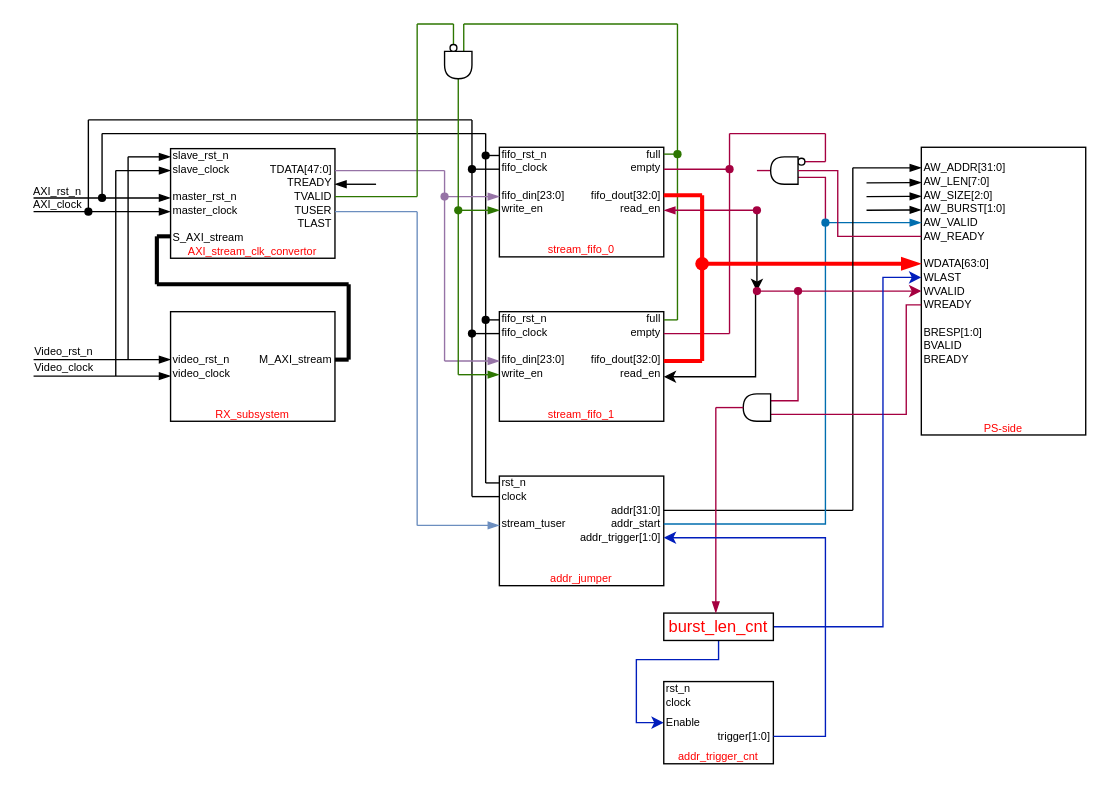
YZchen3467/drawio keeps this draw.io diagram as Our_design/Untitled Diagram.drawio. Above is the earlier version. Source tidied: cells renumbered, new cells numbered last; positions are measured from the earlier drawing's top-left corner, leaving out a move shared by most shapes. Both pictures are drawn from the tidied source at 137%, with x=0, y=0 at pixel (30, 23).
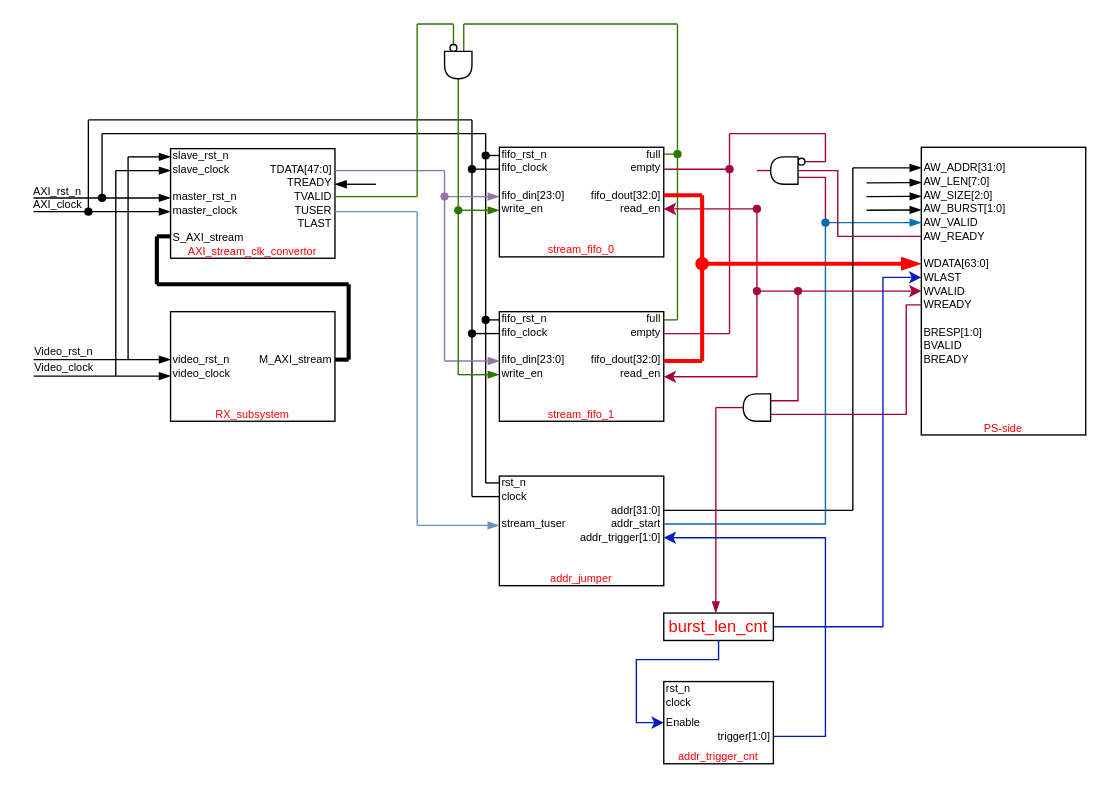
The same diagram, later.

The change refers to these unchanged cells:
```xml
<mxCell id="9" value="&lt;font style=&quot;font-size: 8px;&quot;&gt;read_en&lt;/font&gt;" style="text;html=1;strokeColor=none;fillColor=none;align=right;verticalAlign=middle;whiteSpace=wrap;rounded=0;strokeWidth=0;fontSize=8;horizontal=1;" parent="2" vertex="1">
  <mxGeometry x="60" y="40" width="60" height="10" as="geometry" />
</mxCell>
<mxCell id="29" value="&lt;font style=&quot;font-size: 8px;&quot;&gt;read_en&lt;/font&gt;" style="text;html=1;strokeColor=none;fillColor=none;align=right;verticalAlign=middle;whiteSpace=wrap;rounded=0;strokeWidth=0;fontSize=8;horizontal=1;" parent="22" vertex="1">
  <mxGeometry x="60" y="40" width="60" height="10" as="geometry" />
</mxCell>
<mxCell id="157" style="shape=waypoint;sketch=0;fillStyle=solid;size=6;points=[];fillColor=#d80073;perimeter=centerPerimeter;snapToPoint=1;fontColor=#ffffff;strokeColor=#A50040;" parent="1" vertex="1">
  <mxGeometry x="520" y="185" width="20" height="20" as="geometry" />
</mxCell>
```

Diff of the diagram source:
```diff
@@
-    <mxCell id="141" style="endArrow=none;html=1;rounded=0;endFill=0;fillColor=#d80073;strokeColor=#A50040;startArrow=blockThin;startFill=1;" parent="1" edge="1">
-      <mxGeometry relative="1" as="geometry">
-        <mxPoint x="462" y="136" as="sourcePoint" />
-        <mxPoint x="530" y="136" as="targetPoint" />
-      </mxGeometry>
-    </mxCell>
-    <mxCell id="142" style="edgeStyle=orthogonalEdgeStyle;rounded=0;jettySize=auto;html=1;" parent="1" edge="1" source="143" target="157">
+    <mxCell id="142" style="edgeStyle=orthogonalEdgeStyle;rounded=0;jettySize=auto;html=1;endArrow=none;endFill=0;fillColor=#d80073;strokeColor=#A50040;" parent="1" edge="1" source="143" target="157">
       <mxGeometry relative="1" as="geometry" />
     </mxCell>
+    <mxCell id="180" style="edgeStyle=orthogonalEdgeStyle;rounded=0;jettySize=auto;html=1;entryX=1;entryY=0.5;entryDx=0;entryDy=0;fillColor=#d80073;strokeColor=#A50040;" parent="1" edge="1" source="143" target="9">
+      <mxGeometry relative="1" as="geometry" />
+    </mxCell>
     <mxCell id="143" style="shape=waypoint;sketch=0;fillStyle=solid;size=6;points=[];fillColor=#d80073;perimeter=centerPerimeter;snapToPoint=1;fontColor=#ffffff;strokeColor=#A50040;" parent="1" vertex="1">
-      <mxGeometry x="520" y="126" width="20" height="20" as="geometry" />
+      <mxGeometry x="520" y="125" width="20" height="20" as="geometry" />
     </mxCell>
@@
-    <mxCell id="156" style="edgeStyle=orthogonalEdgeStyle;rounded=0;jettySize=auto;html=1;entryX=1;entryY=0.75;entryDx=0;entryDy=0;" parent="1" edge="1" source="157" target="29">
+    <mxCell id="156" style="edgeStyle=orthogonalEdgeStyle;rounded=0;jettySize=auto;html=1;entryX=1;entryY=0.75;entryDx=0;entryDy=0;fillColor=#d80073;strokeColor=#A50040;" parent="1" edge="1" source="157" target="29">
       <mxGeometry relative="1" as="geometry">
         <Array as="points">
-          <mxPoint x="529" y="195" />
-          <mxPoint x="529" y="258" />
+          <mxPoint x="530" y="258" />
         </Array>
       </mxGeometry>
     </mxCell>
```
